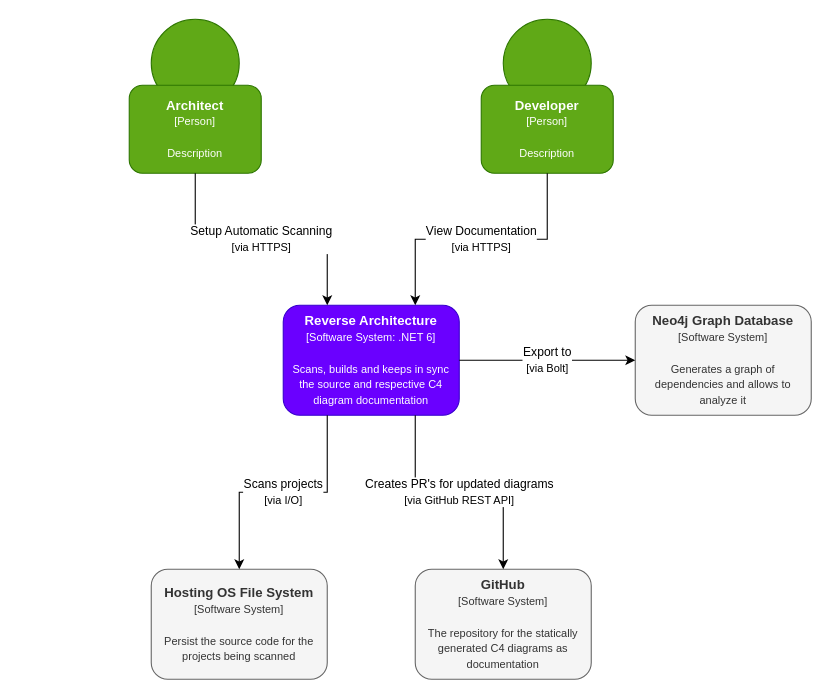
JustMeGaaRa/reverse-architecture keeps this draw.io diagram as page "system context" (1 of 4) of docs/architecture.drawio. Above is the earlier version. Source tidied: cells renumbered, new cells numbered last; positions are measured from the earlier drawing's top-left corner, leaving out a move shared by most shapes. Both pictures are drawn from the tidied source at 110%, with x=0, y=0 at pixel (129, 19).
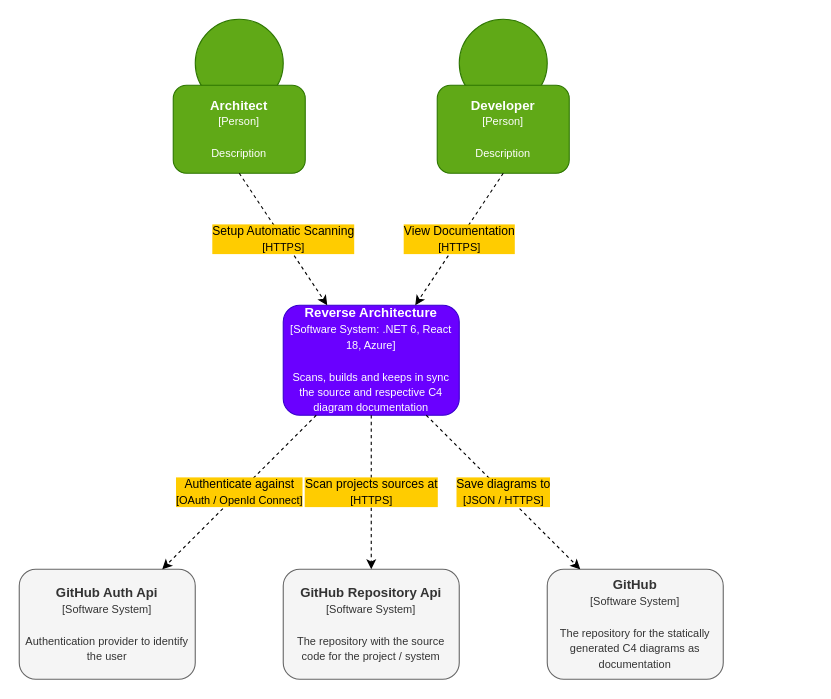
After the change.

Commit message (it also covers changes not shown here):
refactor: moved primaryElements from Scope type to Diagram type

Diff of the diagram source:
```diff
@@
 <mxGraphModel>
   <root>
     <mxCell id="0" />
     <mxCell id="1" parent="0" />
-    <mxCell id="2" value="&lt;b&gt;Hosting OS File System&lt;/b&gt;&lt;br&gt;&lt;font style=&quot;font-size: 10px&quot;&gt;[Software System]&lt;br&gt;&lt;br&gt;Persist the source code for the projects being scanned&lt;/font&gt;" style="rounded=1;whiteSpace=wrap;html=1;fillColor=#f5f5f5;strokeColor=#666666;fontColor=#333333;align=center;comic=0;" parent="1" vertex="1">
-      <mxGeometry x="20" y="500" width="160" height="100" as="geometry" />
-    </mxCell>
-    <mxCell id="3" value="&lt;b&gt;Reverse Architecture&lt;/b&gt;&lt;br&gt;&lt;font style=&quot;font-size: 10px&quot;&gt;[Software System: .NET 6]&lt;br&gt;&lt;br&gt;Scans, builds and keeps in sync the source and respective C4 diagram documentation&lt;/font&gt;" style="rounded=1;whiteSpace=wrap;html=1;fillColor=#6a00ff;strokeColor=#3700CC;fontColor=#ffffff;align=center;comic=0;" parent="1" vertex="1">
+    <mxCell id="3" value="&lt;b&gt;Reverse Architecture&lt;/b&gt;&lt;br&gt;&lt;font style=&quot;font-size: 10px&quot;&gt;[Software System: .NET 6, React 18, Azure]&lt;br&gt;&lt;br&gt;Scans, builds and keeps in sync the source and respective C4 diagram documentation&lt;/font&gt;" style="rounded=1;whiteSpace=wrap;html=1;fillColor=#6a00ff;strokeColor=#3700CC;fontColor=#ffffff;align=center;comic=0;" parent="1" vertex="1">
       <mxGeometry x="140" y="260" width="160" height="100" as="geometry" />
     </mxCell>
-    <mxCell id="4" value="&lt;b&gt;GitHub&lt;/b&gt;&lt;br&gt;&lt;font style=&quot;font-size: 10px&quot;&gt;[Software System]&lt;br&gt;&lt;br&gt;The repository for the statically generated C4 diagrams as documentation&lt;/font&gt;" style="rounded=1;whiteSpace=wrap;html=1;fillColor=#f5f5f5;strokeColor=#666666;fontColor=#333333;align=center;comic=0;" parent="1" vertex="1">
-      <mxGeometry x="260" y="500" width="160" height="100" as="geometry" />
-    </mxCell>
-    <mxCell id="5" value="Scans projects&lt;br&gt;&lt;font style=&quot;font-size: 10px&quot;&gt;[via I/O]&lt;/font&gt;" style="endArrow=classic;html=1;edgeStyle=orthogonalEdgeStyle;rounded=0;flowAnimation=0;exitX=0.25;exitY=1;exitDx=0;exitDy=0;" parent="1" edge="1" source="3" target="2">
-      <mxGeometry relative="1" as="geometry" />
-    </mxCell>
-    <mxCell id="6" value="Creates PR's for updated diagrams&lt;br&gt;&lt;font style=&quot;font-size: 10px&quot;&gt;[via GitHub REST API]&lt;/font&gt;" style="endArrow=classic;html=1;edgeStyle=orthogonalEdgeStyle;rounded=0;flowAnimation=0;exitX=0.75;exitY=1;exitDx=0;exitDy=0;" parent="1" edge="1" source="3" target="4">
-      <mxGeometry relative="1" as="geometry" />
-    </mxCell>
     <mxCell id="7" style="group;strokeColor=none;fillColor=none;comic=0;" parent="1" vertex="1">
-      <mxGeometry width="120" height="140" as="geometry" />
+      <mxGeometry x="40" width="120" height="140" as="geometry" />
     </mxCell>
     <mxCell id="8" style="ellipse;whiteSpace=wrap;html=1;align=center;fillColor=#60a917;strokeColor=#2D7600;fontColor=#ffffff;comic=0;" parent="7" vertex="1">
       <mxGeometry x="20" width="80" height="80" as="geometry" />
     </mxCell>
     <mxCell id="9" value="&lt;b&gt;Architect&lt;/b&gt;&lt;br&gt;&lt;font style=&quot;font-size: 10px&quot;&gt;[Person]&lt;br&gt;&lt;br&gt;Description&lt;/font&gt;" style="rounded=1;whiteSpace=wrap;html=1;fillColor=#60a917;strokeColor=#2D7600;fontColor=#ffffff;comic=0;" parent="7" vertex="1">
       <mxGeometry y="60" width="120" height="80" as="geometry" />
     </mxCell>
-    <mxCell id="10" value="Setup Automatic Scanning&lt;br&gt;&lt;font style=&quot;font-size: 10px&quot;&gt;[via HTTPS]&lt;/font&gt;" style="endArrow=classic;html=1;edgeStyle=orthogonalEdgeStyle;rounded=0;flowAnimation=0;entryX=0.25;entryY=0;entryDx=0;entryDy=0;exitX=0.5;exitY=1;exitDx=0;exitDy=0;" parent="1" edge="1" source="9" target="3">
+    <mxCell id="10" value="Setup Automatic Scanning&lt;br&gt;&lt;font style=&quot;font-size: 10px&quot;&gt;[HTTPS]&lt;/font&gt;" style="endArrow=classic;html=1;rounded=0;flowAnimation=1;entryX=0.25;entryY=0;entryDx=0;entryDy=0;exitX=0.5;exitY=1;exitDx=0;exitDy=0;labelBackgroundColor=#FFCC00;dashed=1;" parent="1" edge="1" source="9" target="3">
       <mxGeometry relative="1" as="geometry" />
     </mxCell>
     <mxCell id="11" style="group;strokeColor=none;fillColor=none;comic=0;" parent="1" vertex="1">
-      <mxGeometry x="320" width="120" height="140" as="geometry" />
+      <mxGeometry x="280" width="120" height="140" as="geometry" />
     </mxCell>
     <mxCell id="12" style="ellipse;whiteSpace=wrap;html=1;align=center;fillColor=#60a917;strokeColor=#2D7600;fontColor=#ffffff;comic=0;" parent="11" vertex="1">
       <mxGeometry x="20" width="80" height="80" as="geometry" />
     </mxCell>
     <mxCell id="13" value="&lt;b&gt;Developer&lt;/b&gt;&lt;br&gt;&lt;font style=&quot;font-size: 10px&quot;&gt;[Person]&lt;br&gt;&lt;br&gt;Description&lt;/font&gt;" style="rounded=1;whiteSpace=wrap;html=1;fillColor=#60a917;strokeColor=#2D7600;fontColor=#ffffff;comic=0;" parent="11" vertex="1">
       <mxGeometry y="60" width="120" height="80" as="geometry" />
     </mxCell>
-    <mxCell id="14" value="View Documentation&lt;br&gt;&lt;font style=&quot;font-size: 10px&quot;&gt;[via HTTPS]&lt;/font&gt;" style="endArrow=classic;html=1;edgeStyle=orthogonalEdgeStyle;rounded=0;flowAnimation=0;entryX=0.75;entryY=0;entryDx=0;entryDy=0;exitX=0.5;exitY=1;exitDx=0;exitDy=0;" parent="1" edge="1" source="13" target="3">
+    <mxCell id="14" value="View Documentation&lt;br&gt;&lt;font style=&quot;font-size: 10px&quot;&gt;[HTTPS]&lt;/font&gt;" style="endArrow=classic;html=1;rounded=0;flowAnimation=1;entryX=0.75;entryY=0;entryDx=0;entryDy=0;exitX=0.5;exitY=1;exitDx=0;exitDy=0;labelBackgroundColor=#FFCC00;dashed=1;" parent="1" edge="1" source="13" target="3">
       <mxGeometry relative="1" as="geometry" />
     </mxCell>
-    <mxCell id="15" value="&lt;b&gt;Neo4j Graph Database&lt;/b&gt;&lt;br&gt;&lt;font style=&quot;font-size: 10px&quot;&gt;[Software System]&lt;br&gt;&lt;br&gt;Generates a graph of dependencies and allows to analyze it&lt;br&gt;&lt;/font&gt;" style="rounded=1;whiteSpace=wrap;html=1;fillColor=#f5f5f5;strokeColor=#666666;fontColor=#333333;align=center;comic=0;" parent="1" vertex="1">
-      <mxGeometry x="460" y="260" width="160" height="100" as="geometry" />
-    </mxCell>
-    <mxCell id="16" value="Export to&lt;br&gt;&lt;font style=&quot;font-size: 10px&quot;&gt;[via Bolt]&lt;/font&gt;" style="endArrow=classic;html=1;edgeStyle=orthogonalEdgeStyle;rounded=0;flowAnimation=0;" parent="1" edge="1" source="3" target="15">
-      <mxGeometry relative="1" as="geometry" />
-    </mxCell>
+    <mxCell id="17" value="&lt;b&gt;GitHub Auth Api&lt;/b&gt;&lt;br&gt;&lt;font style=&quot;font-size: 10px&quot;&gt;[Software System]&lt;br&gt;&lt;br&gt;Authentication provider to identify the user&lt;/font&gt;" style="rounded=1;whiteSpace=wrap;html=1;fillColor=#f5f5f5;strokeColor=#666666;fontColor=#333333;align=center;comic=0;" parent="1" vertex="1">
+      <mxGeometry x="-100" y="500" width="160" height="100" as="geometry" />
+    </mxCell>
+    <mxCell id="18" value="Authenticate against&lt;br&gt;&lt;font style=&quot;font-size: 10px&quot;&gt;[OAuth / OpenId Connect]&lt;/font&gt;" style="endArrow=classic;html=1;rounded=0;flowAnimation=1;labelBackgroundColor=#ffcc00;dashed=1;" parent="1" edge="1" source="3" target="17">
+      <mxGeometry relative="1" as="geometry" />
+    </mxCell>
+    <mxCell id="4" value="&lt;b&gt;GitHub&lt;/b&gt;&lt;br&gt;&lt;font style=&quot;font-size: 10px&quot;&gt;[Software System]&lt;br&gt;&lt;br&gt;The repository for the statically generated C4 diagrams as documentation&lt;/font&gt;" style="rounded=1;whiteSpace=wrap;html=1;fillColor=#f5f5f5;strokeColor=#666666;fontColor=#333333;align=center;comic=0;" parent="1" vertex="1">
+      <mxGeometry x="380" y="500" width="160" height="100" as="geometry" />
+    </mxCell>
+    <mxCell id="6" value="Save diagrams to&lt;br&gt;&lt;font style=&quot;font-size: 10px&quot;&gt;[JSON / HTTPS]&lt;/font&gt;" style="endArrow=classic;html=1;rounded=0;flowAnimation=1;labelBackgroundColor=#ffcc00;dashed=1;" parent="1" edge="1" source="3" target="4">
+      <mxGeometry relative="1" as="geometry" />
+    </mxCell>
+    <mxCell id="19" value="&lt;b&gt;GitHub Repository Api&lt;/b&gt;&lt;br&gt;&lt;font style=&quot;font-size: 10px&quot;&gt;[Software System]&lt;br&gt;&lt;br&gt;The repository with the source code for the project / system&lt;/font&gt;" style="rounded=1;whiteSpace=wrap;html=1;fillColor=#f5f5f5;strokeColor=#666666;fontColor=#333333;align=center;comic=0;" parent="1" vertex="1">
+      <mxGeometry x="140" y="500" width="160" height="100" as="geometry" />
+    </mxCell>
+    <mxCell id="20" value="Scan projects sources at&lt;br&gt;&lt;font style=&quot;font-size: 10px&quot;&gt;[HTTPS]&lt;/font&gt;" style="endArrow=classic;html=1;rounded=0;flowAnimation=1;labelBackgroundColor=#ffcc00;dashed=1;" parent="1" edge="1" source="3" target="19">
+      <mxGeometry relative="1" as="geometry" />
+    </mxCell>
   </root>
 </mxGraphModel>
```
